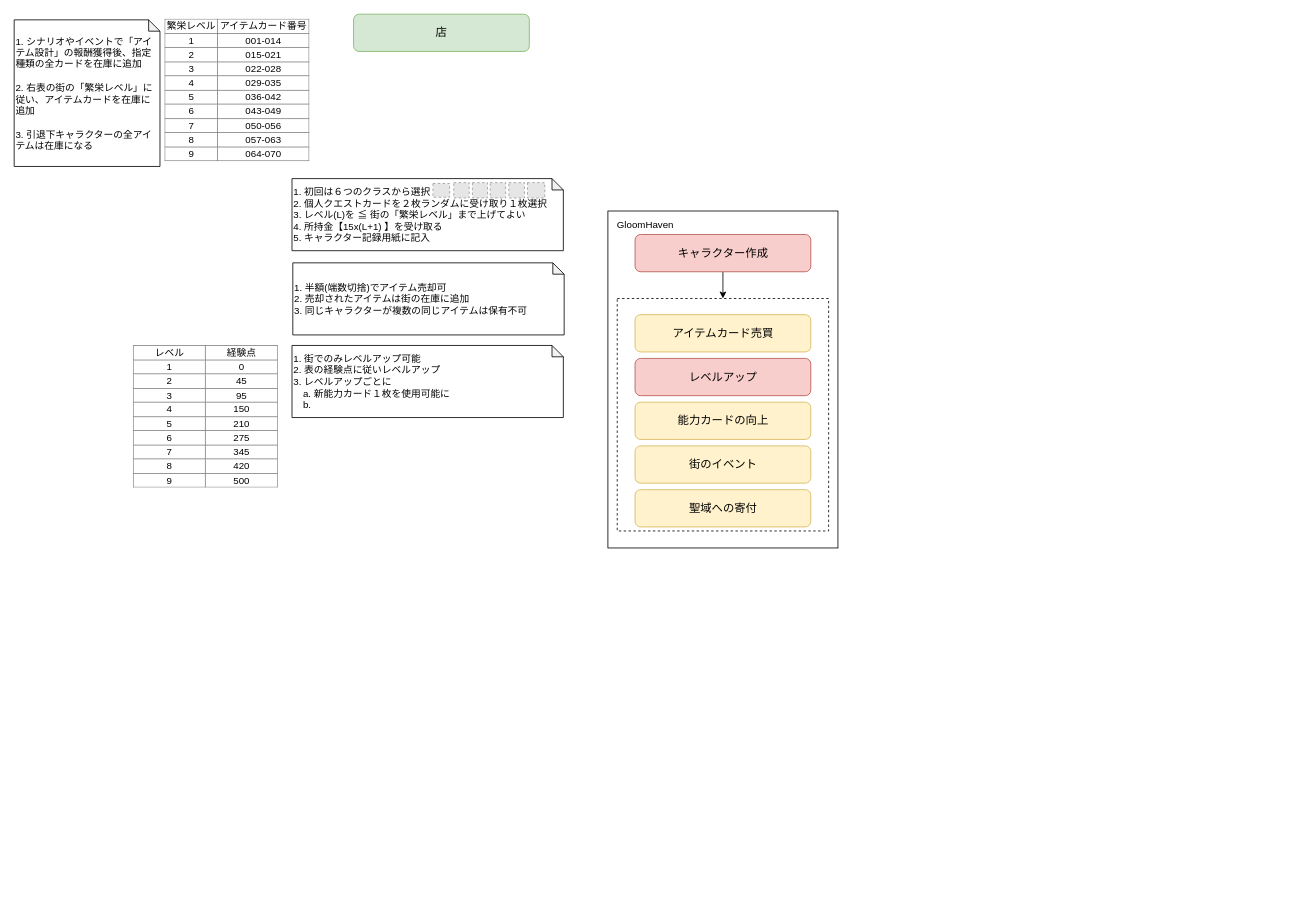
The draw.io diagram Untitled Diagram.drawio in newuniverse/diagrams, before the edit. Source tidied: cells renumbered, new cells numbered last; positions are measured from the earlier drawing's top-left corner, leaving out a move shared by most shapes. Both pictures are drawn from the tidied source at 81%, with x=0, y=0 at pixel (14, 14). Pictures stored in the file or linked from it are replaced by grey dashed boxes.
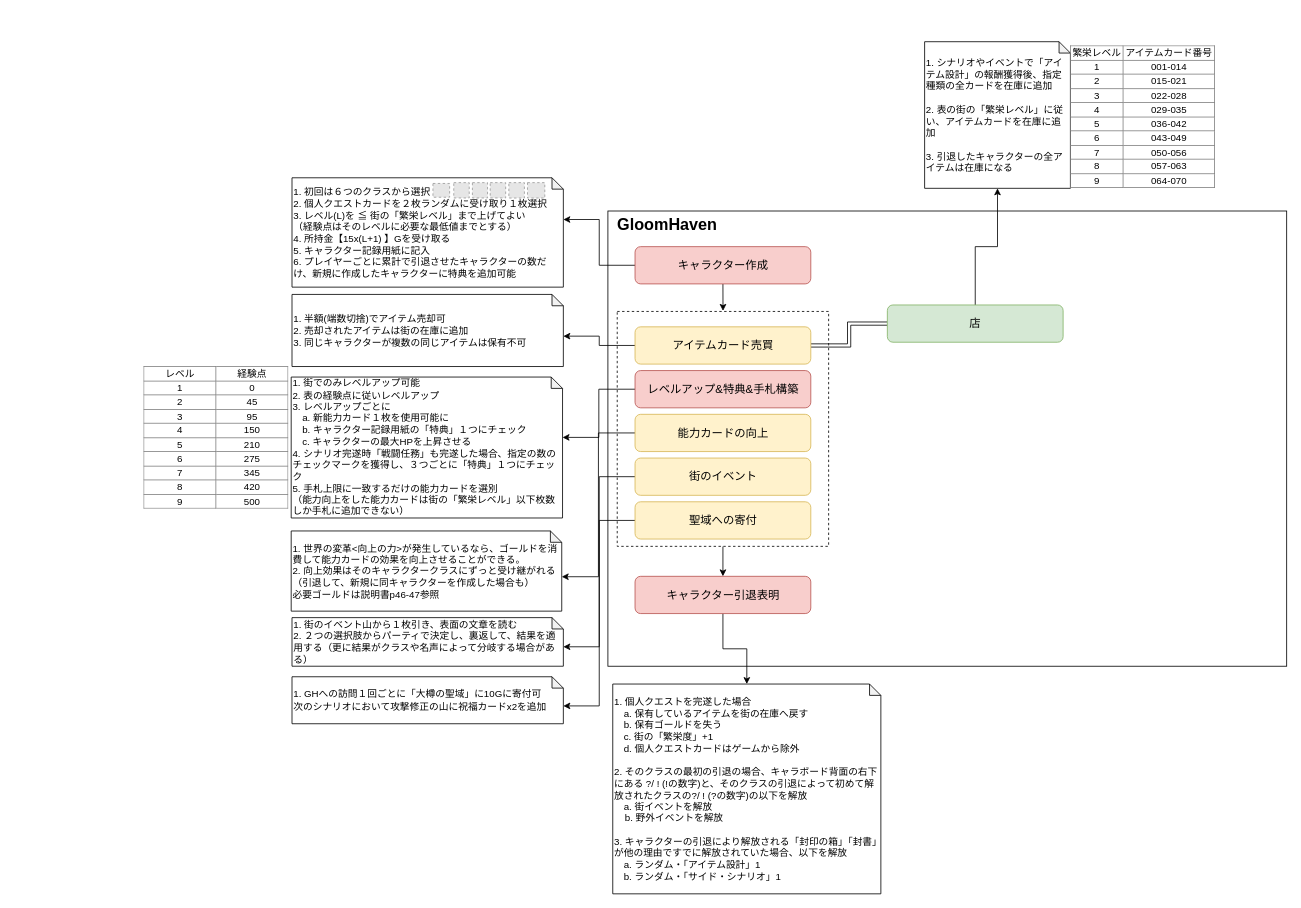
Above is the later version.

The edit, as a diff of the source:
```diff
@@
     <mxCell id="2" style="rounded=0;whiteSpace=wrap;html=1;" parent="1" vertex="1">
-      <mxGeometry x="733" y="243" width="284" height="416" as="geometry" />
+      <mxGeometry x="733" y="243" width="838" height="562" as="geometry" />
     </mxCell>
+    <mxCell id="26" style="edgeStyle=orthogonalEdgeStyle;rounded=0;jettySize=auto;html=1;exitX=0.5;exitY=1;exitDx=0;exitDy=0;entryX=0.5;entryY=0;entryDx=0;entryDy=0;strokeWidth=1;" parent="1" edge="1" source="3" target="39">
+      <mxGeometry relative="1" as="geometry" />
+    </mxCell>
     <mxCell id="3" style="rounded=0;whiteSpace=wrap;html=1;dashed=1;" parent="1" vertex="1">
-      <mxGeometry x="744.5" y="351" width="261" height="287" as="geometry" />
+      <mxGeometry x="744.5" y="367" width="261" height="290" as="geometry" />
     </mxCell>
-    <mxCell id="4" value="GloomHaven" style="text;html=1;align=center;verticalAlign=middle;" parent="1" vertex="1">
-      <mxGeometry x="739" y="251" width="80" height="18" as="geometry" />
+    <mxCell id="4" value="&lt;b&gt;&lt;font style=&quot;font-size: 20px&quot;&gt;GloomHaven&lt;/font&gt;&lt;/b&gt;" style="text;html=1;align=center;verticalAlign=middle;" parent="1" vertex="1">
+      <mxGeometry x="739" y="249" width="133" height="20" as="geometry" />
     </mxCell>
-    <mxCell id="5" style="edgeStyle=orthogonalEdgeStyle;rounded=0;jettySize=auto;html=1;exitX=0.5;exitY=1;exitDx=0;exitDy=0;entryX=0.5;entryY=0;entryDx=0;entryDy=0;" parent="1" edge="1" source="6" target="3">
-      <mxGeometry relative="1" as="geometry" />
+    <mxCell id="5" style="edgeStyle=orthogonalEdgeStyle;rounded=0;jettySize=auto;html=1;exitX=0.5;exitY=1;exitDx=0;exitDy=0;entryX=0.5;entryY=0;entryDx=0;entryDy=0;" parent="1" edge="1" source="6">
+      <mxGeometry relative="1" as="geometry">
+        <mxPoint x="875.1" y="366.3" as="targetPoint" />
+      </mxGeometry>
     </mxCell>
+    <mxCell id="27" style="edgeStyle=orthogonalEdgeStyle;rounded=0;jettySize=auto;html=1;exitX=0;exitY=0.5;exitDx=0;exitDy=0;entryX=0;entryY=0;entryDx=335;entryDy=51.5;entryPerimeter=0;" parent="1" edge="1" source="6" target="12">
+      <mxGeometry relative="1" as="geometry" />
+    </mxCell>
     <mxCell id="6" value="&lt;font style=&quot;font-size: 14px&quot;&gt;キャラクター作成&lt;/font&gt;" style="rounded=1;whiteSpace=wrap;html=1;fillColor=#f8cecc;strokeColor=#b85450;" parent="1" vertex="1">
-      <mxGeometry x="766.5" y="272" width="217" height="46" as="geometry" />
+      <mxGeometry x="766.5" y="287" width="217" height="46" as="geometry" />
     </mxCell>
+    <mxCell id="28" style="edgeStyle=orthogonalEdgeStyle;rounded=0;jettySize=auto;html=1;exitX=0;exitY=0.5;exitDx=0;exitDy=0;entryX=0;entryY=0;entryDx=335;entryDy=51.5;entryPerimeter=0;" parent="1" edge="1" source="7" target="20">
+      <mxGeometry relative="1" as="geometry" />
+    </mxCell>
+    <mxCell id="29" style="edgeStyle=orthogonalEdgeStyle;rounded=0;jettySize=auto;html=1;exitX=1;exitY=0.5;exitDx=0;exitDy=0;entryX=0;entryY=0.5;entryDx=0;entryDy=0;strokeWidth=1;shape=link;" parent="1" edge="1" source="7" target="23">
+      <mxGeometry relative="1" as="geometry" />
+    </mxCell>
     <mxCell id="7" value="&lt;span style=&quot;font-size: 14px&quot;&gt;アイテムカード売買&lt;/span&gt;" style="rounded=1;whiteSpace=wrap;html=1;fillColor=#fff2cc;strokeColor=#d6b656;" parent="1" vertex="1">
-      <mxGeometry x="766.5" y="371" width="217" height="46" as="geometry" />
+      <mxGeometry x="766.5" y="386" width="217" height="46" as="geometry" />
     </mxCell>
+    <mxCell id="30" style="edgeStyle=orthogonalEdgeStyle;rounded=0;jettySize=auto;html=1;exitX=0;exitY=0.5;exitDx=0;exitDy=0;entryX=0;entryY=0;entryDx=335;entryDy=74.5;entryPerimeter=0;" parent="1" edge="1" source="8" target="24">
+      <mxGeometry relative="1" as="geometry" />
+    </mxCell>
-    <mxCell id="8" value="&lt;span style=&quot;font-size: 14px&quot;&gt;レベルアップ&lt;/span&gt;" style="rounded=1;whiteSpace=wrap;html=1;fillColor=#f8cecc;strokeColor=#b85450;" parent="1" vertex="1">
-      <mxGeometry x="766.5" y="425" width="217" height="46" as="geometry" />
+    <mxCell id="8" value="&lt;span style=&quot;font-size: 14px&quot;&gt;レベルアップ&amp;amp;特典&amp;amp;&lt;/span&gt;&lt;span style=&quot;font-size: 14px&quot;&gt;手札構築&lt;/span&gt;" style="rounded=1;whiteSpace=wrap;html=1;fillColor=#f8cecc;strokeColor=#b85450;" parent="1" vertex="1">
+      <mxGeometry x="766.5" y="440" width="217" height="46" as="geometry" />
     </mxCell>
+    <mxCell id="31" style="edgeStyle=orthogonalEdgeStyle;rounded=0;jettySize=auto;html=1;exitX=0;exitY=0.5;exitDx=0;exitDy=0;entryX=0;entryY=0;entryDx=334;entryDy=56.5;entryPerimeter=0;strokeWidth=1;" parent="1" edge="1" source="9" target="37">
+      <mxGeometry relative="1" as="geometry" />
+    </mxCell>
     <mxCell id="9" value="&lt;font style=&quot;font-size: 14px&quot;&gt;能力カードの向上&lt;/font&gt;" style="rounded=1;whiteSpace=wrap;html=1;fillColor=#fff2cc;strokeColor=#d6b656;" parent="1" vertex="1">
-      <mxGeometry x="766.5" y="479" width="217" height="46" as="geometry" />
+      <mxGeometry x="766.5" y="494" width="217" height="46" as="geometry" />
     </mxCell>
+    <mxCell id="32" style="edgeStyle=orthogonalEdgeStyle;rounded=0;jettySize=auto;html=1;exitX=0;exitY=0.5;exitDx=0;exitDy=0;entryX=0;entryY=0;entryDx=335;entryDy=36;entryPerimeter=0;" parent="1" edge="1" source="10" target="36">
+      <mxGeometry relative="1" as="geometry" />
+    </mxCell>
     <mxCell id="10" value="&lt;font style=&quot;font-size: 14px&quot;&gt;街のイベント&lt;/font&gt;" style="rounded=1;whiteSpace=wrap;html=1;fillColor=#fff2cc;strokeColor=#d6b656;" parent="1" vertex="1">
-      <mxGeometry x="766.5" y="533" width="217" height="46" as="geometry" />
+      <mxGeometry x="766.5" y="548" width="217" height="46" as="geometry" />
     </mxCell>
+    <mxCell id="33" style="edgeStyle=orthogonalEdgeStyle;rounded=0;jettySize=auto;html=1;exitX=0;exitY=0.5;exitDx=0;exitDy=0;entryX=0;entryY=0;entryDx=335;entryDy=36;entryPerimeter=0;" parent="1" edge="1" source="11" target="35">
+      <mxGeometry relative="1" as="geometry" />
+    </mxCell>
     <mxCell id="11" value="&lt;span style=&quot;font-size: 14px ; white-space: normal&quot;&gt;聖域への寄付&lt;/span&gt;" style="rounded=1;whiteSpace=wrap;html=1;fillColor=#fff2cc;strokeColor=#d6b656;" parent="1" vertex="1">
-      <mxGeometry x="766.5" y="587" width="217" height="46" as="geometry" />
+      <mxGeometry x="766.5" y="602" width="217" height="46" as="geometry" />
     </mxCell>
-    <mxCell id="12" value="1. 初回は６つのクラスから選択&amp;nbsp;&lt;br&gt;2. 個人クエストカードを２枚ランダムに受け取り１枚選択&lt;br&gt;3. レベル(L)を ≦ 街の「繁栄レベル」まで上げてよい&lt;br&gt;4. 所持金【15x(L+1) 】を受け取る&lt;br&gt;5. キャラクター記録用紙に記入" style="shape=note;whiteSpace=wrap;html=1;backgroundOutline=1;darkOpacity=0.05;size=14;align=left;" parent="1" vertex="1">
-      <mxGeometry x="343" y="203" width="335" height="89" as="geometry" />
+    <mxCell id="12" value="1. 初回は６つのクラスから選択&amp;nbsp;&lt;br&gt;2. 個人クエストカードを２枚ランダムに受け取り１枚選択&lt;br&gt;3. レベル(L)を ≦ 街の「繁栄レベル」まで上げてよい&lt;br&gt;（経験点はそのレベルに必要な最低値までとする）&lt;br&gt;4. 所持金【15x(L+1) 】Gを受け取る&lt;br&gt;5. キャラクター記録用紙に記入&lt;br&gt;6. プレイヤーごとに累計で引退させたキャラクターの数だけ、新規に作成したキャラクターに特典を追加可能" style="shape=note;whiteSpace=wrap;html=1;backgroundOutline=1;darkOpacity=0.05;size=14;align=left;" parent="1" vertex="1">
+      <mxGeometry x="343" y="202" width="335" height="135" as="geometry" />
     </mxCell>
@@
     <mxCell id="20" value="1. 半額(端数切捨)でアイテム売却可&lt;br&gt;2. 売却されたアイテムは街の在庫に追加&lt;br&gt;3. 同じキャラクターが複数の同じアイテムは保有不可&lt;br&gt;" style="shape=note;whiteSpace=wrap;html=1;backgroundOutline=1;darkOpacity=0.05;size=14;align=left;" parent="1" vertex="1">
-      <mxGeometry x="344" y="307" width="335" height="89" as="geometry" />
+      <mxGeometry x="343" y="346" width="335" height="89" as="geometry" />
     </mxCell>
-    <mxCell id="21" value="1. シナリオやイベントで「アイテム設計」の報酬獲得後、指定種類の全カードを在庫に追加&lt;br&gt;&lt;br&gt;2. 右表の街の「繁栄レベル」に従い、アイテムカードを在庫に追加&lt;br&gt;&lt;br&gt;3. 引退下キャラクターの全アイテムは在庫になる" style="shape=note;whiteSpace=wrap;html=1;backgroundOutline=1;darkOpacity=0.05;size=14;align=left;" parent="1" vertex="1">
-      <mxGeometry y="7" width="180" height="181" as="geometry" />
+    <mxCell id="21" value="1. シナリオやイベントで「アイテム設計」の報酬獲得後、指定種類の全カードを在庫に追加&lt;br&gt;&lt;br&gt;2. 表の街の「繁栄レベル」に従い、アイテムカードを在庫に追加&lt;br&gt;&lt;br&gt;3. 引退したキャラクターの全アイテムは在庫になる" style="shape=note;whiteSpace=wrap;html=1;backgroundOutline=1;darkOpacity=0.05;size=14;align=left;" parent="1" vertex="1">
+      <mxGeometry x="1124" y="34" width="180" height="181" as="geometry" />
     </mxCell>
     <mxCell id="22" value="&lt;table border=&quot;1&quot; width=&quot;100%&quot; style=&quot;width: 100% ; height: 100% ; border-collapse: collapse&quot;&gt;&lt;tbody&gt;&lt;tr&gt;&lt;td&gt;繁栄レベル&lt;/td&gt;&lt;td&gt;アイテムカード番号&lt;/td&gt;&lt;/tr&gt;&lt;tr&gt;&lt;td&gt;1&lt;/td&gt;&lt;td&gt;001-014&lt;/td&gt;&lt;/tr&gt;&lt;tr&gt;&lt;td&gt;2&lt;/td&gt;&lt;td&gt;015-021&lt;/td&gt;&lt;/tr&gt;&lt;tr&gt;&lt;td&gt;3&lt;/td&gt;&lt;td&gt;022-028&lt;/td&gt;&lt;/tr&gt;&lt;tr&gt;&lt;td&gt;4&lt;/td&gt;&lt;td&gt;029-035&lt;/td&gt;&lt;/tr&gt;&lt;tr&gt;&lt;td&gt;5&lt;/td&gt;&lt;td&gt;036-042&lt;/td&gt;&lt;/tr&gt;&lt;tr&gt;&lt;td&gt;6&lt;/td&gt;&lt;td&gt;043-049&lt;/td&gt;&lt;/tr&gt;&lt;tr&gt;&lt;td&gt;7&lt;/td&gt;&lt;td&gt;050-056&lt;/td&gt;&lt;/tr&gt;&lt;tr&gt;&lt;td&gt;8&lt;/td&gt;&lt;td&gt;057-063&lt;/td&gt;&lt;/tr&gt;&lt;tr&gt;&lt;td&gt;9&lt;/td&gt;&lt;td&gt;064-070&lt;/td&gt;&lt;/tr&gt;&lt;/tbody&gt;&lt;/table&gt;" style="text;html=1;strokeColor=none;fillColor=none;overflow=fill;align=center;" parent="1" vertex="1">
-      <mxGeometry x="186" y="6" width="179" height="176" as="geometry" />
+      <mxGeometry x="1304" y="39" width="179" height="176" as="geometry" />
     </mxCell>
+    <mxCell id="34" style="edgeStyle=orthogonalEdgeStyle;rounded=0;jettySize=auto;html=1;exitX=0.5;exitY=0;exitDx=0;exitDy=0;entryX=0.5;entryY=1;entryDx=0;entryDy=0;entryPerimeter=0;strokeWidth=1;" parent="1" edge="1" source="23" target="21">
+      <mxGeometry relative="1" as="geometry" />
+    </mxCell>
     <mxCell id="23" value="&lt;span style=&quot;font-size: 14px&quot;&gt;店&lt;/span&gt;" style="rounded=1;whiteSpace=wrap;html=1;fillColor=#d5e8d4;strokeColor=#82b366;" parent="1" vertex="1">
-      <mxGeometry x="419" width="217" height="46" as="geometry" />
+      <mxGeometry x="1078" y="359" width="217" height="46" as="geometry" />
     </mxCell>
-    <mxCell id="24" value="1. 街でのみレベルアップ可能&lt;br&gt;2. 表の経験点に従いレベルアップ&lt;br&gt;3. レベルアップごとに&lt;br&gt;　a. 新能力カード１枚を使用可能に&lt;br&gt;　b.&amp;nbsp;" style="shape=note;whiteSpace=wrap;html=1;backgroundOutline=1;darkOpacity=0.05;size=14;align=left;" parent="1" vertex="1">
-      <mxGeometry x="343" y="409" width="335" height="89" as="geometry" />
+    <mxCell id="24" value="1. 街でのみレベルアップ可能&lt;br&gt;2. 表の経験点に従いレベルアップ&lt;br&gt;3. レベルアップごとに&lt;br&gt;　a. 新能力カード１枚を使用可能に&lt;br&gt;　b. キャラクター記録用紙の「特典」１つにチェック&lt;br&gt;　c. キャラクターの最大HPを上昇させる&lt;br&gt;4. シナリオ完遂時「戦闘任務」も完遂した場合、指定の数のチェックマークを獲得し、３つごとに「特典」１つにチェック&lt;br&gt;5. 手札上限に一致するだけの能力カードを選別&lt;br&gt;（能力向上をした能力カードは街の「繁栄レベル」以下枚数しか手札に追加できない）" style="shape=note;whiteSpace=wrap;html=1;backgroundOutline=1;darkOpacity=0.05;size=14;align=left;" parent="1" vertex="1">
+      <mxGeometry x="342" y="448" width="335" height="174" as="geometry" />
     </mxCell>
     <mxCell id="25" value="&lt;table border=&quot;1&quot; width=&quot;100%&quot; style=&quot;width: 100% ; height: 100% ; border-collapse: collapse&quot;&gt;&lt;tbody&gt;&lt;tr&gt;&lt;td&gt;レベル&lt;/td&gt;&lt;td&gt;経験点&lt;/td&gt;&lt;/tr&gt;&lt;tr&gt;&lt;td&gt;1&lt;/td&gt;&lt;td&gt;0&lt;/td&gt;&lt;/tr&gt;&lt;tr&gt;&lt;td&gt;2&lt;/td&gt;&lt;td&gt;45&lt;/td&gt;&lt;/tr&gt;&lt;tr&gt;&lt;td&gt;3&lt;/td&gt;&lt;td&gt;95&lt;/td&gt;&lt;/tr&gt;&lt;tr&gt;&lt;td&gt;4&lt;/td&gt;&lt;td&gt;150&lt;/td&gt;&lt;/tr&gt;&lt;tr&gt;&lt;td&gt;5&lt;/td&gt;&lt;td&gt;210&lt;/td&gt;&lt;/tr&gt;&lt;tr&gt;&lt;td&gt;6&lt;/td&gt;&lt;td&gt;275&lt;/td&gt;&lt;/tr&gt;&lt;tr&gt;&lt;td&gt;7&lt;/td&gt;&lt;td&gt;345&lt;/td&gt;&lt;/tr&gt;&lt;tr&gt;&lt;td&gt;8&lt;/td&gt;&lt;td&gt;420&lt;/td&gt;&lt;/tr&gt;&lt;tr&gt;&lt;td&gt;9&lt;/td&gt;&lt;td&gt;500&lt;/td&gt;&lt;/tr&gt;&lt;/tbody&gt;&lt;/table&gt;" style="text;html=1;strokeColor=none;fillColor=none;overflow=fill;align=center;" parent="1" vertex="1">
-      <mxGeometry x="147" y="409" width="179" height="176" as="geometry" />
+      <mxGeometry x="160" y="435" width="179" height="176" as="geometry" />
     </mxCell>
+    <mxCell id="35" value="1. GHへの訪問１回ごとに「大樽の聖域」に10Gに寄付可&lt;br&gt;次のシナリオにおいて攻撃修正の山に祝福カードx2を追加" style="shape=note;whiteSpace=wrap;html=1;backgroundOutline=1;darkOpacity=0.05;size=14;align=left;" parent="1" vertex="1">
+      <mxGeometry x="343" y="818" width="335" height="58" as="geometry" />
+    </mxCell>
+    <mxCell id="36" value="1. 街のイベント山から１枚引き、表面の文章を読む&lt;br&gt;2. ２つの選択肢からパーティで決定し、裏返して、結果を適用する（更に結果がクラスや名声によって分岐する場合がある）" style="shape=note;whiteSpace=wrap;html=1;backgroundOutline=1;darkOpacity=0.05;size=14;align=left;" parent="1" vertex="1">
+      <mxGeometry x="343" y="745" width="335" height="60" as="geometry" />
+    </mxCell>
+    <mxCell id="37" value="1. 世界の変革&amp;lt;向上の力&amp;gt;が発生しているなら、ゴールドを消費して能力カードの効果を向上させることができる。&lt;br&gt;2. 向上効果はそのキャラクタークラスにずっと受け継がれる&lt;br&gt;（引退して、新規に同キャラクターを作成した場合も）&lt;br&gt;必要ゴールドは説明書p46-47参照" style="shape=note;whiteSpace=wrap;html=1;backgroundOutline=1;darkOpacity=0.05;size=14;align=left;" parent="1" vertex="1">
+      <mxGeometry x="342" y="638" width="334" height="99" as="geometry" />
+    </mxCell>
+    <mxCell id="38" style="edgeStyle=orthogonalEdgeStyle;rounded=0;jettySize=auto;html=1;exitX=0.5;exitY=1;exitDx=0;exitDy=0;entryX=0.5;entryY=0;entryDx=0;entryDy=0;entryPerimeter=0;strokeWidth=1;" parent="1" edge="1" source="39" target="40">
+      <mxGeometry relative="1" as="geometry" />
+    </mxCell>
+    <mxCell id="39" value="&lt;span style=&quot;font-size: 14px&quot;&gt;キャラクター引退表明&lt;/span&gt;" style="rounded=1;whiteSpace=wrap;html=1;fillColor=#f8cecc;strokeColor=#b85450;" parent="1" vertex="1">
+      <mxGeometry x="766.5" y="694" width="217" height="46" as="geometry" />
+    </mxCell>
+    <mxCell id="40" value="1. 個人クエストを完遂した場合&lt;br&gt;　a. 保有しているアイテムを街の在庫へ戻す&lt;br&gt;　b. 保有ゴールドを失う&lt;br&gt;　c. 街の「繁栄度」+1&lt;br&gt;　d. 個人クエストカードはゲームから除外&lt;br&gt;&lt;br&gt;2. そのクラスの最初の引退の場合、キャラボード背面の右下にある ?/ ! (!の数字)と、そのクラスの引退によって初めて解放されたクラスの?/ ! (?の数字)の以下を解放&lt;br&gt;　a. 街イベントを解放&lt;br&gt;&amp;nbsp; &amp;nbsp; b. 野外イベントを解放&lt;br&gt;&lt;br&gt;3. キャラクターの引退により解放される「封印の箱」「封書」が他の理由ですでに解放されていた場合、以下を解放&lt;br&gt;　a. ランダム・「アイテム設計」1&lt;br&gt;　b. ランダム・「サイド・シナリオ」1" style="shape=note;whiteSpace=wrap;html=1;backgroundOutline=1;darkOpacity=0.05;size=14;align=left;" parent="1" vertex="1">
+      <mxGeometry x="739" y="827" width="331" height="259" as="geometry" />
+    </mxCell>
```
